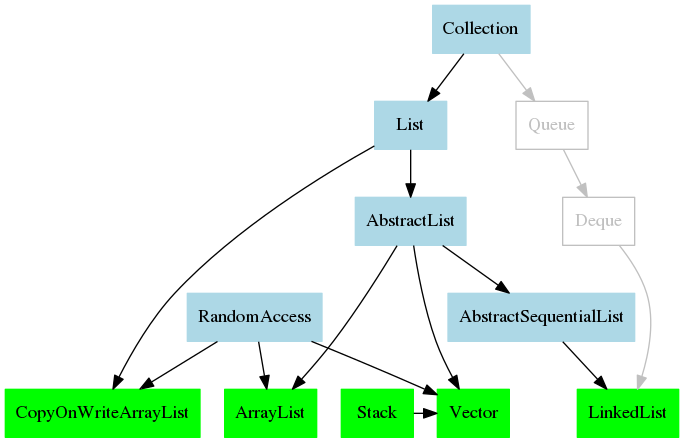
Earlier version of the Graphviz export java.util.List.overview.png (StephanPraetsch/Datenstrukturen). Its source is kept beside it as java.util.List.overview.dot. The source it was exported from:
```dot
digraph G {

	node [shape=box, style=filled, color=lightblue]
	{
		node [shape=box, style=filled, color=green];
		rank = same;
		ArrayList; LinkedList; Stack; Vector; CopyOnWriteArrayList;
	}

	{ node[style=solid, color=grey, fontcolor=grey]; Queue; Deque; }

	Collection -> List
	Collection -> Queue [color=grey]

	Queue -> Deque [color=grey]

	Deque -> LinkedList [color=grey]

	List -> AbstractList
	List -> CopyOnWriteArrayList

	AbstractList -> ArrayList
	AbstractList -> AbstractSequentialList
	AbstractList -> Vector

	RandomAccess -> ArrayList
	RandomAccess -> CopyOnWriteArrayList
	RandomAccess -> Vector

	Stack -> Vector

	AbstractSequentialList -> LinkedList

}
```
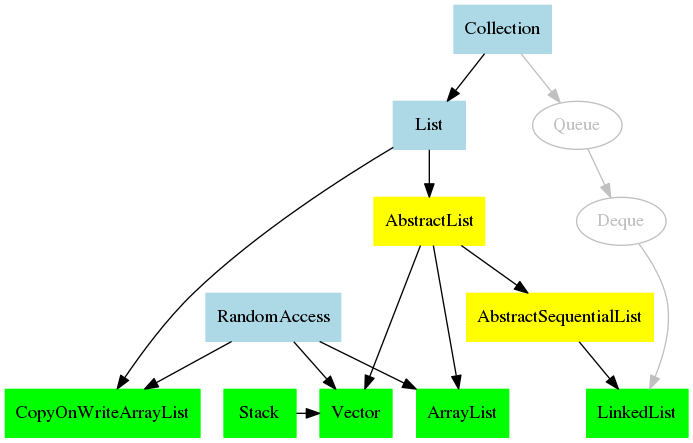
Above is the later version.

What changed in the source:
```diff
@@ -1,13 +1,24 @@
 digraph G {
 
-	node [shape=box, style=filled, color=lightblue]
-	{
-		node [shape=box, style=filled, color=green];
+        {
+                node [shape=box, style=filled, color=lightblue]
+		Collection; List; RandomAccess;
+        }
+        {
+                node [shape=box, style=filled, color=yellow];
+		AbstractList; AbstractSequentialList
+        }
+
+        {
+                node [shape=box, style=filled, color=green];
 		rank = same;
 		ArrayList; LinkedList; Stack; Vector; CopyOnWriteArrayList;
 	}
 
-	{ node[style=solid, color=grey, fontcolor=grey]; Queue; Deque; }
+	{
+		node[style=solid, color=grey, fontcolor=grey];
+		Queue; Deque;
+	}
 
 	Collection -> List
 	Collection -> Queue [color=grey]
```
